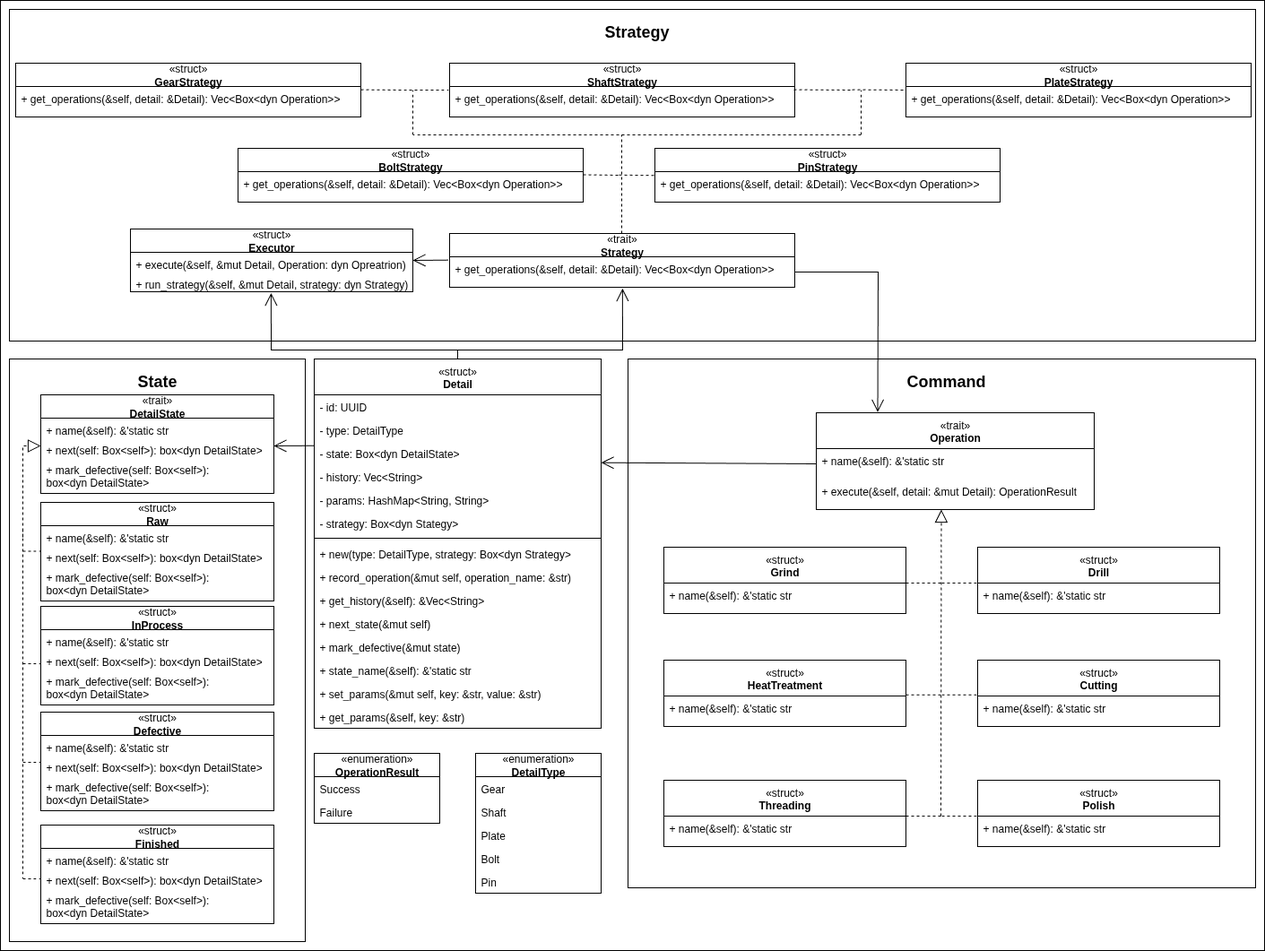
The draw.io diagram docs/uml.png in SasunHuevich/lab-manufacturing-workflow, before a commit. Source tidied: cells renumbered, new cells last; positions are measured from the earlier drawing's top-left corner, leaving out a move shared by most shapes.
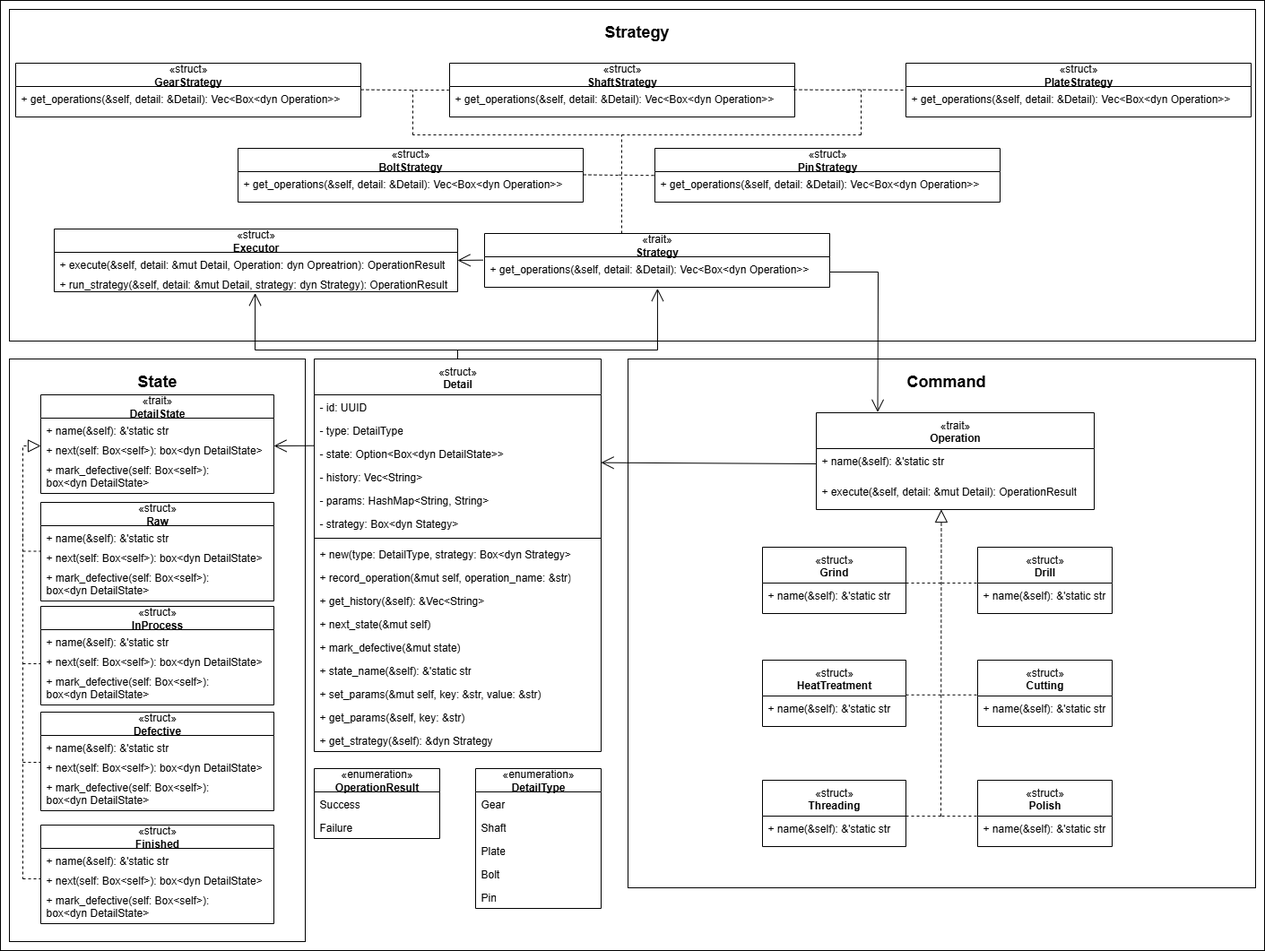
The same file after the commit.

What changed in the source:
```diff
@@ -24,7 +24,7 @@
       <mxGeometry y="74" width="310" height="34" as="geometry" />
     </mxCell>
     <mxCell id="9" value="«enumeration»&lt;br&gt;&lt;div&gt;&lt;b&gt;OperationResult&lt;/b&gt;&lt;/div&gt;" style="swimlane;fontStyle=0;horizontal=1;startSize=26;fillColor=none;whiteSpace=wrap;html=1;" parent="1" vertex="1">
-      <mxGeometry x="350" y="840" width="140" height="78" as="geometry" />
+      <mxGeometry x="350" y="857" width="140" height="78" as="geometry" />
     </mxCell>
     <mxCell id="10" value="Success" style="text;strokeColor=none;fillColor=none;align=left;verticalAlign=top;spacingLeft=4;spacingRight=4;overflow=hidden;whiteSpace=wrap;html=1;" parent="9" vertex="1">
       <mxGeometry y="26" width="140" height="26" as="geometry" />
@@ -33,7 +33,7 @@
       <mxGeometry y="52" width="140" height="26" as="geometry" />
     </mxCell>
     <mxCell id="12" value="«enumeration»&lt;br&gt;&lt;div&gt;&lt;b&gt;DetailType&lt;/b&gt;&lt;/div&gt;" style="swimlane;fontStyle=0;horizontal=1;startSize=26;fillColor=none;whiteSpace=wrap;html=1;" parent="1" vertex="1">
-      <mxGeometry x="530" y="840" width="140" height="156" as="geometry" />
+      <mxGeometry x="530" y="857" width="140" height="156" as="geometry" />
     </mxCell>
     <mxCell id="13" value="Gear" style="text;strokeColor=none;fillColor=none;align=left;verticalAlign=top;spacingLeft=4;spacingRight=4;overflow=hidden;whiteSpace=wrap;html=1;" parent="12" vertex="1">
       <mxGeometry y="26" width="140" height="26" as="geometry" />
@@ -124,40 +124,40 @@
       </mxGeometry>
     </mxCell>
     <mxCell id="34" value="&lt;span style=&quot;font-weight: 400;&quot;&gt;«struct»&lt;/span&gt;&lt;br style=&quot;font-weight: 400;&quot;&gt;&lt;div&gt;&lt;span style=&quot;background-color: transparent; color: light-dark(rgb(0, 0, 0), rgb(255, 255, 255));&quot;&gt;Grind&lt;/span&gt;&lt;/div&gt;" style="swimlane;fontStyle=1;align=center;verticalAlign=top;horizontal=1;startSize=40;whiteSpace=wrap;html=1;" parent="1" vertex="1">
-      <mxGeometry x="740" y="610" width="270" height="74" as="geometry" />
+      <mxGeometry x="850" y="610" width="160" height="74" as="geometry" />
     </mxCell>
     <mxCell id="35" value="+ name(&amp;amp;self): &amp;amp;'static str" style="text;strokeColor=none;fillColor=none;align=left;verticalAlign=top;spacingLeft=4;spacingRight=4;overflow=hidden;whiteSpace=wrap;html=1;" parent="34" vertex="1">
-      <mxGeometry y="40" width="270" height="34" as="geometry" />
+      <mxGeometry y="40" width="160" height="34" as="geometry" />
     </mxCell>
     <mxCell id="36" value="&lt;span style=&quot;font-weight: 400;&quot;&gt;«struct»&lt;/span&gt;&lt;br style=&quot;font-weight: 400;&quot;&gt;&lt;div&gt;&lt;span style=&quot;background-color: transparent; color: light-dark(rgb(0, 0, 0), rgb(255, 255, 255));&quot;&gt;Drill&lt;/span&gt;&lt;/div&gt;" style="swimlane;fontStyle=1;align=center;verticalAlign=top;horizontal=1;startSize=40;whiteSpace=wrap;html=1;" parent="1" vertex="1">
-      <mxGeometry x="1090" y="610" width="270" height="74" as="geometry" />
+      <mxGeometry x="1090" y="610" width="150" height="74" as="geometry" />
     </mxCell>
     <mxCell id="37" value="+ name(&amp;amp;self): &amp;amp;'static str" style="text;strokeColor=none;fillColor=none;align=left;verticalAlign=top;spacingLeft=4;spacingRight=4;overflow=hidden;whiteSpace=wrap;html=1;" parent="36" vertex="1">
-      <mxGeometry y="40" width="270" height="34" as="geometry" />
+      <mxGeometry y="40" width="150" height="34" as="geometry" />
     </mxCell>
     <mxCell id="38" value="&lt;span style=&quot;font-weight: 400;&quot;&gt;«struct»&lt;/span&gt;&lt;br style=&quot;font-weight: 400;&quot;&gt;&lt;div&gt;&lt;span style=&quot;text-align: left;&quot;&gt;HeatTreatment&lt;/span&gt;&lt;/div&gt;" style="swimlane;fontStyle=1;align=center;verticalAlign=top;horizontal=1;startSize=40;whiteSpace=wrap;html=1;" parent="1" vertex="1">
-      <mxGeometry x="740" y="736" width="270" height="74" as="geometry" />
+      <mxGeometry x="850" y="736" width="160" height="74" as="geometry" />
     </mxCell>
     <mxCell id="39" value="+ name(&amp;amp;self): &amp;amp;'static str" style="text;strokeColor=none;fillColor=none;align=left;verticalAlign=top;spacingLeft=4;spacingRight=4;overflow=hidden;whiteSpace=wrap;html=1;" parent="38" vertex="1">
-      <mxGeometry y="40" width="270" height="34" as="geometry" />
+      <mxGeometry y="40" width="160" height="34" as="geometry" />
     </mxCell>
     <mxCell id="40" value="&lt;span style=&quot;font-weight: 400;&quot;&gt;«struct»&lt;/span&gt;&lt;br style=&quot;font-weight: 400;&quot;&gt;&lt;div&gt;&lt;span style=&quot;text-align: left;&quot;&gt;Cutting&lt;/span&gt;&lt;/div&gt;" style="swimlane;fontStyle=1;align=center;verticalAlign=top;horizontal=1;startSize=40;whiteSpace=wrap;html=1;" parent="1" vertex="1">
-      <mxGeometry x="1090" y="736" width="270" height="74" as="geometry" />
+      <mxGeometry x="1090" y="736" width="150" height="74" as="geometry" />
     </mxCell>
     <mxCell id="41" value="+ name(&amp;amp;self): &amp;amp;'static str" style="text;strokeColor=none;fillColor=none;align=left;verticalAlign=top;spacingLeft=4;spacingRight=4;overflow=hidden;whiteSpace=wrap;html=1;" parent="40" vertex="1">
-      <mxGeometry y="40" width="270" height="34" as="geometry" />
+      <mxGeometry y="40" width="150" height="34" as="geometry" />
     </mxCell>
     <mxCell id="42" value="&lt;span style=&quot;font-weight: 400;&quot;&gt;«struct»&lt;/span&gt;&lt;br style=&quot;font-weight: 400;&quot;&gt;&lt;div&gt;&lt;span style=&quot;text-align: left;&quot;&gt;Threading&lt;/span&gt;&lt;/div&gt;" style="swimlane;fontStyle=1;align=center;verticalAlign=top;horizontal=1;startSize=40;whiteSpace=wrap;html=1;" parent="1" vertex="1">
-      <mxGeometry x="740" y="870" width="270" height="74" as="geometry" />
+      <mxGeometry x="850" y="870" width="160" height="74" as="geometry" />
     </mxCell>
     <mxCell id="43" value="+ name(&amp;amp;self): &amp;amp;'static str" style="text;strokeColor=none;fillColor=none;align=left;verticalAlign=top;spacingLeft=4;spacingRight=4;overflow=hidden;whiteSpace=wrap;html=1;" parent="42" vertex="1">
-      <mxGeometry y="40" width="270" height="34" as="geometry" />
+      <mxGeometry y="40" width="160" height="34" as="geometry" />
     </mxCell>
     <mxCell id="44" value="&lt;span style=&quot;font-weight: 400;&quot;&gt;«struct»&lt;/span&gt;&lt;br style=&quot;font-weight: 400;&quot;&gt;&lt;div&gt;&lt;span style=&quot;text-align: left;&quot;&gt;Polish&lt;/span&gt;&lt;/div&gt;" style="swimlane;fontStyle=1;align=center;verticalAlign=top;horizontal=1;startSize=40;whiteSpace=wrap;html=1;" parent="1" vertex="1">
-      <mxGeometry x="1090" y="870" width="270" height="74" as="geometry" />
+      <mxGeometry x="1090" y="870" width="150" height="74" as="geometry" />
     </mxCell>
     <mxCell id="45" value="+ name(&amp;amp;self): &amp;amp;'static str" style="text;strokeColor=none;fillColor=none;align=left;verticalAlign=top;spacingLeft=4;spacingRight=4;overflow=hidden;whiteSpace=wrap;html=1;" parent="44" vertex="1">
-      <mxGeometry y="40" width="270" height="34" as="geometry" />
+      <mxGeometry y="40" width="150" height="34" as="geometry" />
     </mxCell>
     <mxCell id="46" style="endArrow=block;dashed=1;endFill=0;endSize=12;html=1;rounded=0;entryX=0.479;entryY=1.001;entryDx=0;entryDy=0;entryPerimeter=0;" parent="1" edge="1">
       <mxGeometry relative="1" as="geometry">
@@ -212,7 +212,7 @@
       </mxGeometry>
     </mxCell>
     <mxCell id="55" value="&lt;div&gt;&lt;span style=&quot;font-weight: 400;&quot;&gt;«struct»&lt;/span&gt;&lt;br style=&quot;font-weight: 400;&quot;&gt;&lt;/div&gt;Detail" style="swimlane;fontStyle=1;align=center;verticalAlign=top;horizontal=1;startSize=40;whiteSpace=wrap;html=1;" parent="1" vertex="1">
-      <mxGeometry x="350" y="400" width="320" height="412" as="geometry" />
+      <mxGeometry x="350" y="400" width="320" height="438" as="geometry" />
     </mxCell>
     <mxCell id="56" value="- id: UUID&lt;div&gt;&lt;br&gt;&lt;/div&gt;" style="text;strokeColor=none;fillColor=none;align=left;verticalAlign=top;spacingLeft=4;spacingRight=4;overflow=hidden;whiteSpace=wrap;html=1;" parent="55" vertex="1">
       <mxGeometry y="40" width="320" height="26" as="geometry" />
@@ -220,7 +220,7 @@
     <mxCell id="57" value="&lt;div&gt;- type: DetailType&lt;/div&gt;" style="text;strokeColor=none;fillColor=none;align=left;verticalAlign=top;spacingLeft=4;spacingRight=4;overflow=hidden;whiteSpace=wrap;html=1;" parent="55" vertex="1">
       <mxGeometry y="66" width="320" height="26" as="geometry" />
     </mxCell>
-    <mxCell id="58" value="- state: Box&amp;lt;dyn DetailState&amp;gt;&lt;div&gt;&lt;br&gt;&lt;/div&gt;" style="text;strokeColor=none;fillColor=none;align=left;verticalAlign=top;spacingLeft=4;spacingRight=4;overflow=hidden;points=[[0,0.5],[1,0.5]];portConstraint=eastwest;whiteSpace=wrap;html=1;" parent="55" vertex="1">
+    <mxCell id="58" value="- state: Option&amp;lt;Box&amp;lt;dyn DetailState&amp;gt;&amp;gt;&lt;div&gt;&lt;br&gt;&lt;/div&gt;" style="text;strokeColor=none;fillColor=none;align=left;verticalAlign=top;spacingLeft=4;spacingRight=4;overflow=hidden;points=[[0,0.5],[1,0.5]];portConstraint=eastwest;whiteSpace=wrap;html=1;" parent="55" vertex="1">
       <mxGeometry y="92" width="320" height="26" as="geometry" />
     </mxCell>
     <mxCell id="59" value="&lt;div&gt;- history: Vec&amp;lt;String&amp;gt;&lt;/div&gt;" style="text;strokeColor=none;fillColor=none;align=left;verticalAlign=top;spacingLeft=4;spacingRight=4;overflow=hidden;whiteSpace=wrap;html=1;" parent="55" vertex="1">
@@ -259,26 +259,29 @@
     <mxCell id="70" value="&lt;div&gt;+ get_params(&amp;amp;self, key: &amp;amp;str)&lt;/div&gt;" style="text;strokeColor=none;fillColor=none;align=left;verticalAlign=top;spacingLeft=4;spacingRight=4;overflow=hidden;whiteSpace=wrap;html=1;" parent="55" vertex="1">
       <mxGeometry y="386" width="320" height="26" as="geometry" />
     </mxCell>
+    <mxCell id="113" value="&lt;div&gt;+ get_strategy(&amp;amp;self): &amp;amp;dyn Strategy&lt;/div&gt;" style="text;strokeColor=none;fillColor=none;align=left;verticalAlign=top;spacingLeft=4;spacingRight=4;overflow=hidden;whiteSpace=wrap;html=1;" parent="55" vertex="1">
+      <mxGeometry y="412" width="320" height="26" as="geometry" />
+    </mxCell>
     <mxCell id="71" value="«trait»&lt;br&gt;&lt;div&gt;&lt;b&gt;Strategy&lt;/b&gt;&lt;/div&gt;" style="swimlane;fontStyle=0;horizontal=1;startSize=26;fillColor=none;whiteSpace=wrap;html=1;" parent="1" vertex="1">
-      <mxGeometry x="501" y="260" width="385" height="60" as="geometry" />
+      <mxGeometry x="540" y="260" width="385" height="60" as="geometry" />
     </mxCell>
     <mxCell id="72" value="+ get_operations(&amp;amp;self, detail: &amp;amp;Detail): Vec&amp;lt;Box&amp;lt;dyn Operation&amp;gt;&amp;gt;" style="text;strokeColor=none;fillColor=none;align=left;verticalAlign=top;spacingLeft=4;spacingRight=4;overflow=hidden;points=[[0,0.5],[1,0.5]];portConstraint=eastwest;whiteSpace=wrap;html=1;" parent="71" vertex="1">
       <mxGeometry y="26" width="385" height="34" as="geometry" />
     </mxCell>
     <mxCell id="73" value="«struct»&lt;br&gt;&lt;div&gt;&lt;b&gt;Executor&lt;/b&gt;&lt;/div&gt;" style="swimlane;fontStyle=0;horizontal=1;startSize=26;fillColor=none;whiteSpace=wrap;html=1;" parent="1" vertex="1">
-      <mxGeometry x="145" y="255" width="315" height="70" as="geometry" />
+      <mxGeometry x="60" y="255" width="450" height="70" as="geometry" />
     </mxCell>
-    <mxCell id="74" value="+ execute(&amp;amp;self, &amp;amp;mut Detail, Operation: dyn Opreatrion)" style="text;strokeColor=none;fillColor=none;align=left;verticalAlign=top;spacingLeft=4;spacingRight=4;overflow=hidden;whiteSpace=wrap;html=1;" parent="73" vertex="1">
-      <mxGeometry y="26" width="315" height="22" as="geometry" />
+    <mxCell id="74" value="+ execute(&amp;amp;self, detail: &amp;amp;mut Detail, Operation: dyn Opreatrion): OperationResult" style="text;strokeColor=none;fillColor=none;align=left;verticalAlign=top;spacingLeft=4;spacingRight=4;overflow=hidden;whiteSpace=wrap;html=1;" parent="73" vertex="1">
+      <mxGeometry y="26" width="450" height="22" as="geometry" />
     </mxCell>
-    <mxCell id="75" value="+ run_strategy(&amp;amp;self, &amp;amp;mut Detail, strategy: dyn Strategy)" style="text;strokeColor=none;fillColor=none;align=left;verticalAlign=top;spacingLeft=4;spacingRight=4;overflow=hidden;points=[[0,0.5],[1,0.5]];portConstraint=eastwest;whiteSpace=wrap;html=1;" parent="73" vertex="1">
-      <mxGeometry y="48" width="315" height="22" as="geometry" />
+    <mxCell id="75" value="+ run_strategy(&amp;amp;self, detail: &amp;amp;mut Detail, strategy: dyn Strategy): OperationResult" style="text;strokeColor=none;fillColor=none;align=left;verticalAlign=top;spacingLeft=4;spacingRight=4;overflow=hidden;points=[[0,0.5],[1,0.5]];portConstraint=eastwest;whiteSpace=wrap;html=1;" parent="73" vertex="1">
+      <mxGeometry y="48" width="450" height="22" as="geometry" />
     </mxCell>
     <mxCell id="76" style="endArrow=open;endFill=1;endSize=12;html=1;rounded=0;exitX=0.5;exitY=0;exitDx=0;exitDy=0;entryX=0.501;entryY=1.042;entryDx=0;entryDy=0;entryPerimeter=0;" parent="1" edge="1" source="55" target="72">
       <mxGeometry relative="1" as="geometry">
         <Array as="points">
           <mxPoint x="510" y="390" />
-          <mxPoint x="694" y="390" />
+          <mxPoint x="733" y="390" />
         </Array>
       </mxGeometry>
     </mxCell>
@@ -352,7 +355,7 @@
       <mxGeometry relative="1" as="geometry">
         <Array as="points">
           <mxPoint x="510" y="390" />
-          <mxPoint x="302" y="390" />
+          <mxPoint x="284" y="390" />
         </Array>
       </mxGeometry>
     </mxCell>
```
